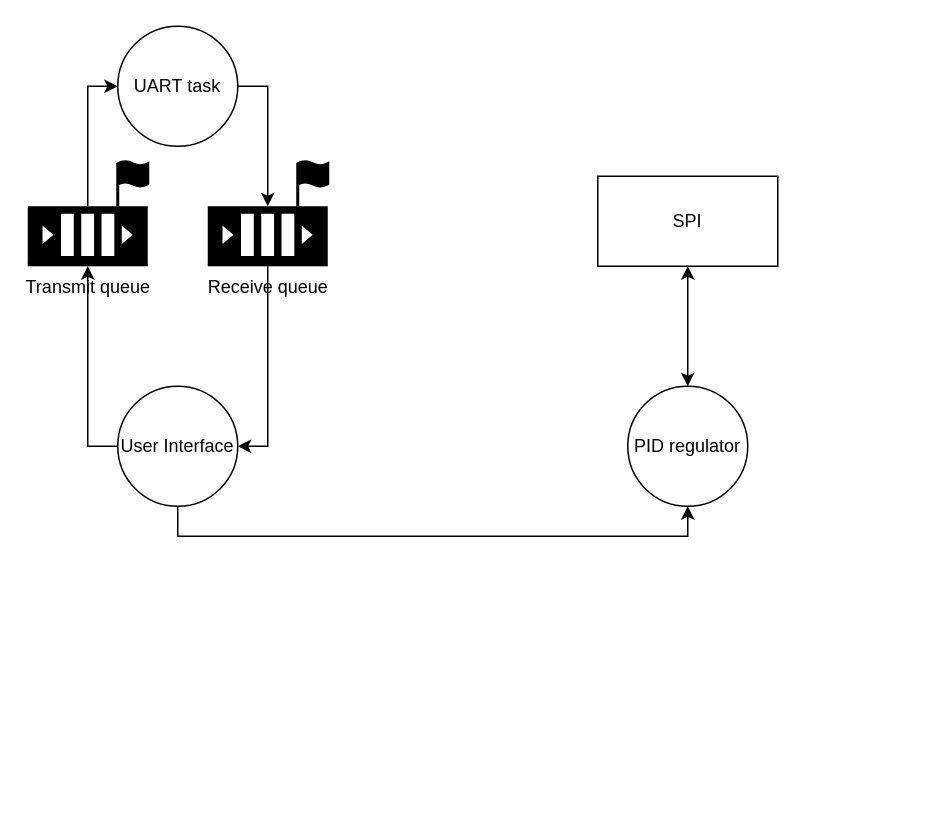
Megalegomand/RB4-PRO4-Pan-Tilt keeps this draw.io diagram as tivataskdiagram.drawio. Above is the earlier version. Source tidied: cells renumbered, new cells numbered last; positions are measured from the earlier drawing's top-left corner, leaving out a move shared by most shapes. Both pictures are drawn from the tidied source at 150%, with x=0, y=0 at pixel (27, 26).
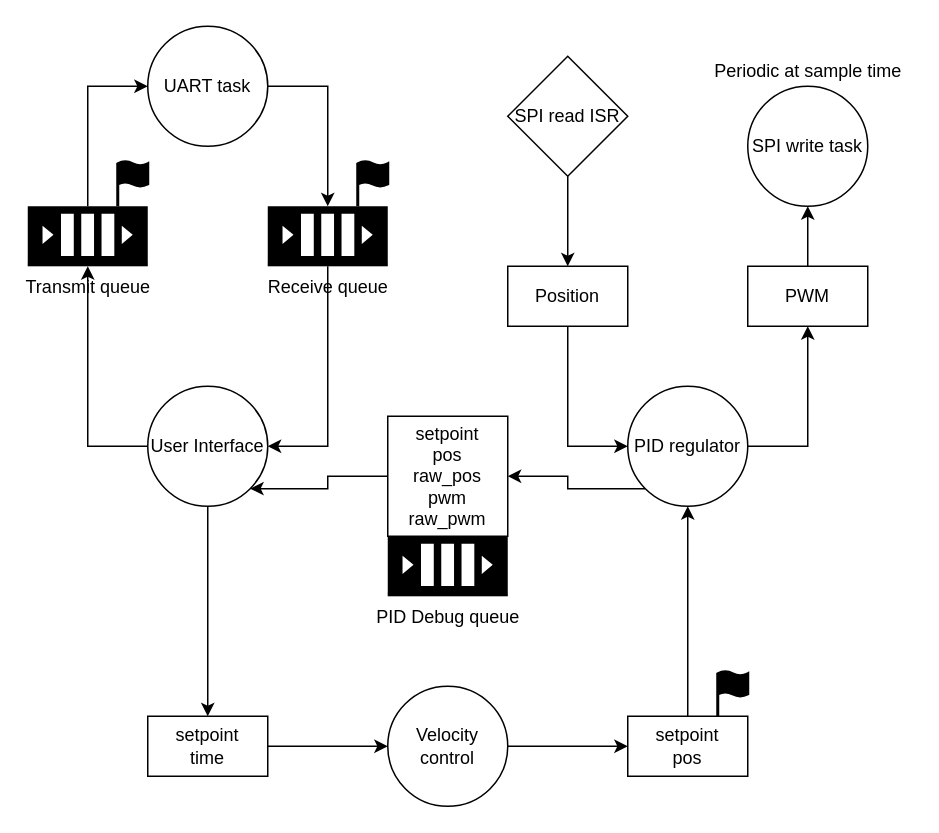
The same page after the edit.

The change refers to these unchanged cells:
```xml
<mxCell id="13" value="PID regulator" style="ellipse;whiteSpace=wrap;html=1;strokeColor=#000000;fillColor=#FFFFFF;" parent="1" vertex="1">
  <mxGeometry x="400" y="240" width="80" height="80" as="geometry" />
</mxCell>
```

The edit, as a diff of the source:
```diff
@@
-    <mxCell id="2" style="edgeStyle=orthogonalEdgeStyle;rounded=0;jettySize=auto;html=1;" parent="1" edge="1" source="3" target="7">
+    <mxCell id="2" style="edgeStyle=orthogonalEdgeStyle;rounded=0;jettySize=auto;html=1;entryX=0.5;entryY=0;entryDx=0;entryDy=0;entryPerimeter=0;" parent="1" edge="1" source="3" target="7">
       <mxGeometry relative="1" as="geometry">
         <Array as="points">
-          <mxPoint x="160" y="40" />
+          <mxPoint x="200" y="40" />
         </Array>
       </mxGeometry>
     </mxCell>
     <mxCell id="3" value="UART task" style="ellipse;whiteSpace=wrap;html=1;" parent="1" vertex="1">
-      <mxGeometry x="60" width="80" height="80" as="geometry" />
+      <mxGeometry x="80" width="80" height="80" as="geometry" />
     </mxCell>
@@
     <mxCell id="7" value="Receive queue" style="outlineConnect=0;dashed=0;verticalLabelPosition=bottom;verticalAlign=top;align=center;html=1;shape=mxgraph.aws3.queue;gradientColor=none;fillColor=#000000;" parent="1" vertex="1">
-      <mxGeometry x="120" y="120" width="80" height="40" as="geometry" />
+      <mxGeometry x="160" y="120" width="80" height="40" as="geometry" />
     </mxCell>
     <mxCell id="8" style="html=1;verticalLabelPosition=bottom;align=center;labelBackgroundColor=#ffffff;verticalAlign=top;strokeWidth=2;shadow=0;dashed=0;shape=mxgraph.ios7.icons.flag;fillColor=#000000;" parent="1" vertex="1">
-      <mxGeometry x="180" y="90" width="20" height="30" as="geometry" />
+      <mxGeometry x="220" y="90" width="20" height="30" as="geometry" />
     </mxCell>
@@
-    <mxCell id="11" style="edgeStyle=orthogonalEdgeStyle;rounded=0;jettySize=auto;html=1;entryX=0.5;entryY=1;entryDx=0;entryDy=0;" parent="1" edge="1" source="12" target="13">
-      <mxGeometry relative="1" as="geometry">
-        <Array as="points">
-          <mxPoint x="100" y="340" />
-          <mxPoint x="440" y="340" />
-        </Array>
-      </mxGeometry>
-    </mxCell>
+    <mxCell id="16" style="edgeStyle=orthogonalEdgeStyle;rounded=0;jettySize=auto;html=1;entryX=0.5;entryY=0;entryDx=0;entryDy=0;startArrow=none;startFill=0;" parent="1" edge="1" source="12" target="32">
+      <mxGeometry relative="1" as="geometry" />
+    </mxCell>
     <mxCell id="12" value="User Interface" style="ellipse;whiteSpace=wrap;html=1;strokeColor=#000000;fillColor=#FFFFFF;" parent="1" vertex="1">
-      <mxGeometry x="60" y="240" width="80" height="80" as="geometry" />
+      <mxGeometry x="80" y="240" width="80" height="80" as="geometry" />
     </mxCell>
+    <mxCell id="17" style="edgeStyle=orthogonalEdgeStyle;rounded=0;jettySize=auto;html=1;entryX=0.5;entryY=1;entryDx=0;entryDy=0;startArrow=none;startFill=0;" parent="1" edge="1" source="13" target="25">
+      <mxGeometry relative="1" as="geometry">
+        <Array as="points">
+          <mxPoint x="520" y="280" />
+        </Array>
+      </mxGeometry>
+    </mxCell>
+    <mxCell id="18" style="edgeStyle=orthogonalEdgeStyle;rounded=0;jettySize=auto;html=1;exitX=0;exitY=1;exitDx=0;exitDy=0;entryX=1;entryY=0.5;entryDx=0;entryDy=0;startArrow=none;startFill=0;" parent="1" edge="1" source="13" target="34">
+      <mxGeometry relative="1" as="geometry" />
+    </mxCell>
@@
-    <mxCell id="14" style="edgeStyle=orthogonalEdgeStyle;rounded=0;jettySize=auto;html=1;entryX=0.5;entryY=0;entryDx=0;entryDy=0;startArrow=classic;startFill=1;" parent="1" edge="1" source="15" target="13">
-      <mxGeometry relative="1" as="geometry" />
-    </mxCell>
-    <mxCell id="15" value="SPI" style="rounded=0;whiteSpace=wrap;html=1;strokeColor=#000000;fillColor=#FFFFFF;" parent="1" vertex="1">
-      <mxGeometry x="380" y="100" width="120" height="60" as="geometry" />
-    </mxCell>
+    <mxCell id="19" style="edgeStyle=orthogonalEdgeStyle;rounded=0;jettySize=auto;html=1;startArrow=none;startFill=0;" parent="1" edge="1" source="20" target="23">
+      <mxGeometry relative="1" as="geometry" />
+    </mxCell>
+    <mxCell id="20" value="SPI read ISR" style="rhombus;whiteSpace=wrap;html=1;strokeColor=#000000;fillColor=#FFFFFF;" parent="1" vertex="1">
+      <mxGeometry x="320" y="20" width="80" height="80" as="geometry" />
+    </mxCell>
+    <mxCell id="21" value="SPI write task" style="ellipse;whiteSpace=wrap;html=1;strokeColor=#000000;fillColor=#FFFFFF;" parent="1" vertex="1">
+      <mxGeometry x="480" y="40" width="80" height="80" as="geometry" />
+    </mxCell>
+    <mxCell id="22" style="edgeStyle=orthogonalEdgeStyle;rounded=0;jettySize=auto;html=1;entryX=0;entryY=0.5;entryDx=0;entryDy=0;startArrow=none;startFill=0;" parent="1" edge="1" source="23" target="13">
+      <mxGeometry relative="1" as="geometry" />
+    </mxCell>
+    <mxCell id="23" value="Position" style="rounded=0;whiteSpace=wrap;html=1;strokeColor=#000000;fillColor=#FFFFFF;" parent="1" vertex="1">
+      <mxGeometry x="320" y="160" width="80" height="40" as="geometry" />
+    </mxCell>
+    <mxCell id="24" style="edgeStyle=orthogonalEdgeStyle;rounded=0;jettySize=auto;html=1;entryX=0.5;entryY=1;entryDx=0;entryDy=0;startArrow=none;startFill=0;" parent="1" edge="1" source="25" target="21">
+      <mxGeometry relative="1" as="geometry" />
+    </mxCell>
+    <mxCell id="25" value="PWM" style="rounded=0;whiteSpace=wrap;html=1;strokeColor=#000000;fillColor=#FFFFFF;" parent="1" vertex="1">
+      <mxGeometry x="480" y="160" width="80" height="40" as="geometry" />
+    </mxCell>
+    <mxCell id="26" value="Periodic at sample time" style="text;html=1;align=center;verticalAlign=middle;" parent="1" vertex="1">
+      <mxGeometry x="450" y="20" width="140" height="20" as="geometry" />
+    </mxCell>
+    <mxCell id="27" style="edgeStyle=orthogonalEdgeStyle;rounded=0;jettySize=auto;html=1;entryX=0.5;entryY=1;entryDx=0;entryDy=0;startArrow=none;startFill=0;" parent="1" edge="1" source="28" target="13">
+      <mxGeometry relative="1" as="geometry" />
+    </mxCell>
+    <mxCell id="28" value="setpoint&lt;br&gt;pos" style="rounded=0;whiteSpace=wrap;html=1;strokeColor=#000000;fillColor=#FFFFFF;" parent="1" vertex="1">
+      <mxGeometry x="400" y="460" width="80" height="40" as="geometry" />
+    </mxCell>
+    <mxCell id="29" style="edgeStyle=orthogonalEdgeStyle;rounded=0;jettySize=auto;html=1;entryX=0;entryY=0.5;entryDx=0;entryDy=0;startArrow=none;startFill=0;" parent="1" edge="1" source="30" target="28">
+      <mxGeometry relative="1" as="geometry" />
+    </mxCell>
+    <mxCell id="30" value="Velocity control" style="ellipse;whiteSpace=wrap;html=1;strokeColor=#000000;fillColor=#FFFFFF;" parent="1" vertex="1">
+      <mxGeometry x="240" y="440" width="80" height="80" as="geometry" />
+    </mxCell>
+    <mxCell id="31" style="edgeStyle=orthogonalEdgeStyle;rounded=0;jettySize=auto;html=1;entryX=0;entryY=0.5;entryDx=0;entryDy=0;startArrow=none;startFill=0;" parent="1" edge="1" source="32" target="30">
+      <mxGeometry relative="1" as="geometry" />
+    </mxCell>
+    <mxCell id="32" value="setpoint&lt;br&gt;time" style="rounded=0;whiteSpace=wrap;html=1;strokeColor=#000000;fillColor=#FFFFFF;" parent="1" vertex="1">
+      <mxGeometry x="80" y="460" width="80" height="40" as="geometry" />
+    </mxCell>
+    <mxCell id="33" style="edgeStyle=orthogonalEdgeStyle;rounded=0;jettySize=auto;html=1;entryX=1;entryY=1;entryDx=0;entryDy=0;startArrow=none;startFill=0;" parent="1" edge="1" source="34" target="12">
+      <mxGeometry relative="1" as="geometry" />
+    </mxCell>
+    <mxCell id="34" value="setpoint&lt;br&gt;pos&lt;br&gt;raw_pos&lt;br&gt;pwm&lt;br&gt;raw_pwm" style="rounded=0;whiteSpace=wrap;html=1;strokeColor=#000000;fillColor=#FFFFFF;" parent="1" vertex="1">
+      <mxGeometry x="240" y="260" width="80" height="80" as="geometry" />
+    </mxCell>
+    <mxCell id="35" value="PID Debug queue" style="dashed=0;verticalLabelPosition=bottom;verticalAlign=top;align=center;html=1;shape=mxgraph.aws3.queue;gradientColor=none;fillColor=#000000;" parent="1" vertex="1">
+      <mxGeometry x="240" y="340" width="80" height="40" as="geometry" />
+    </mxCell>
+    <mxCell id="36" style="html=1;verticalLabelPosition=bottom;align=center;labelBackgroundColor=#ffffff;verticalAlign=top;strokeWidth=2;shadow=0;dashed=0;shape=mxgraph.ios7.icons.flag;fillColor=#000000;" parent="1" vertex="1">
+      <mxGeometry x="460" y="430" width="20" height="30" as="geometry" />
+    </mxCell>
```
